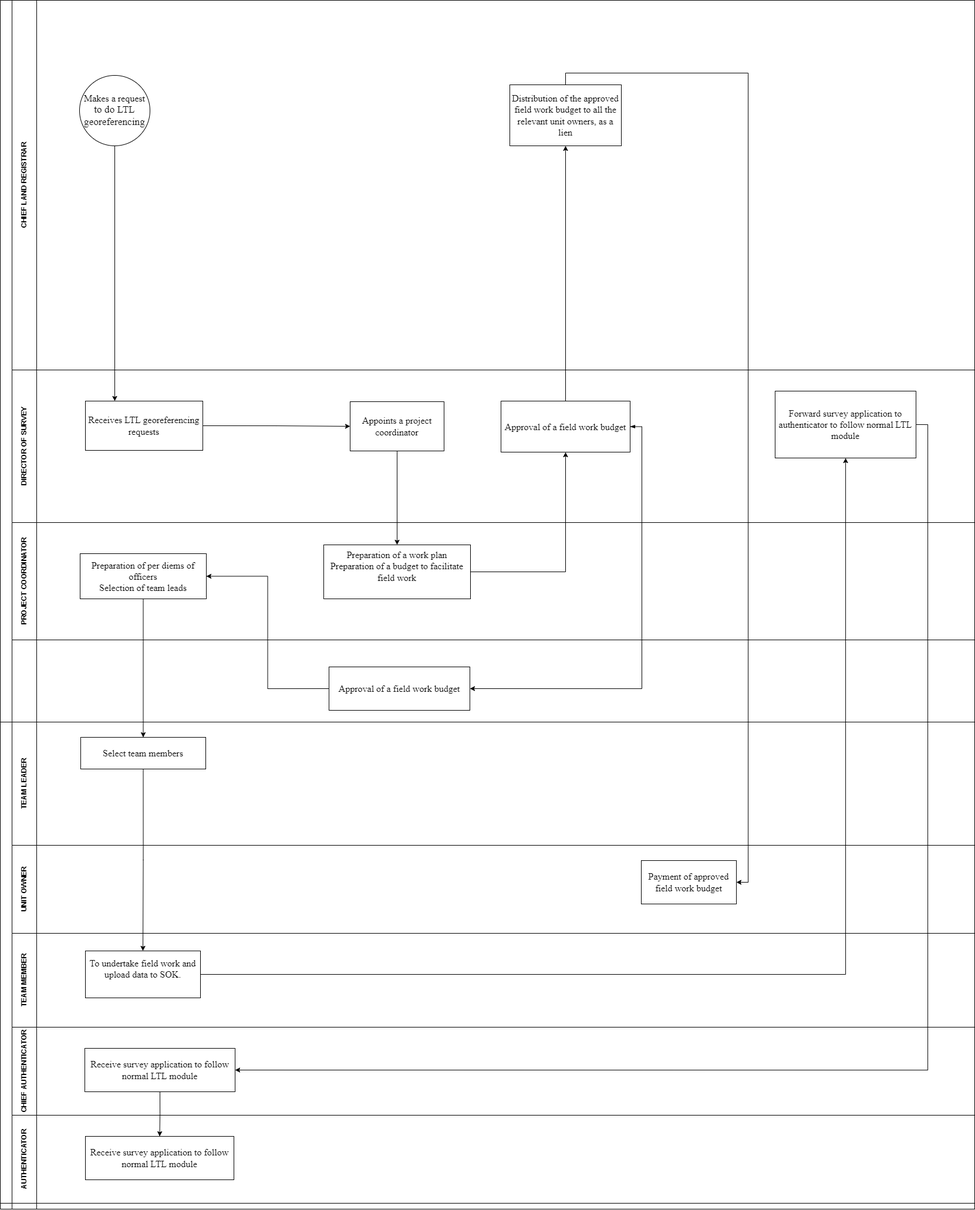
The draw.io diagram Long-Term Lease After Georeferencing.drawio.png in geoprojectke/BPMN, before a commit. Source tidied: cells renumbered, new cells last; positions are measured from the earlier drawing's top-left corner, leaving out a move shared by most shapes.
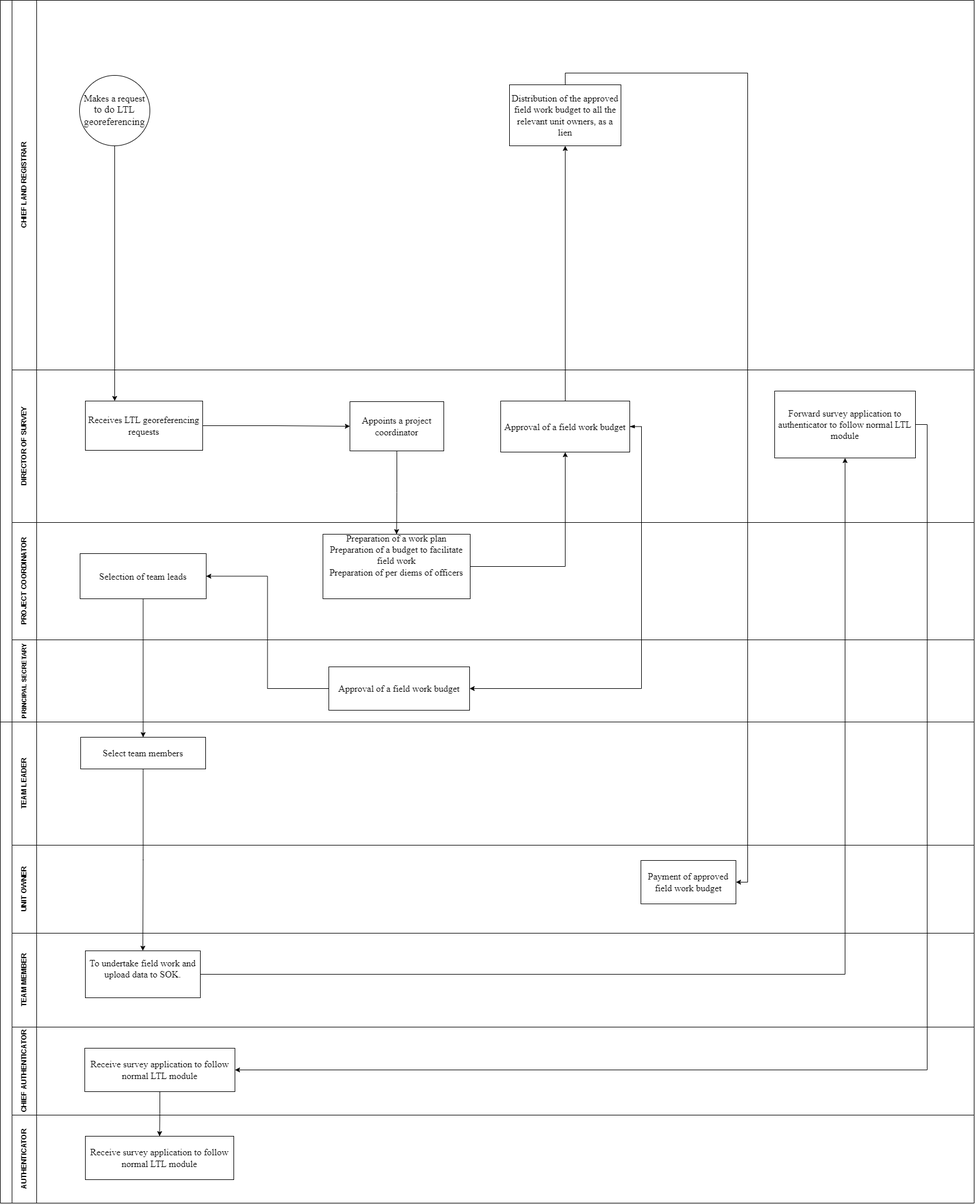
Later version of the same file.

Diff of the diagram source:
```diff
@@ -3,7 +3,7 @@
     <mxCell id="0" />
     <mxCell id="1" parent="0" />
     <mxCell id="2" style="swimlane;html=1;horizontal=0;startSize=20;whiteSpace=wrap;" parent="1" vertex="1">
-      <mxGeometry width="1660" height="2060" as="geometry" />
+      <mxGeometry width="1660" height="1230" as="geometry" />
     </mxCell>
     <mxCell id="3" value="CHIEF LAND REGISTRAR" style="swimlane;html=1;startSize=42;horizontal=0;align=center;" parent="2" vertex="1">
       <mxGeometry x="20" width="1640" height="630" as="geometry" />
@@ -35,14 +35,14 @@
     <mxCell id="12" value="PROJECT COORDINATOR" style="swimlane;html=1;startSize=42;horizontal=0;" parent="2" vertex="1">
       <mxGeometry x="20" y="890" width="1640" height="200" as="geometry" />
     </mxCell>
-    <mxCell id="13" value="&lt;span id=&quot;docs-internal-guid-ff2dc45b-7fff-f5e9-dfa7-5d578d36083d&quot;&gt;&lt;p style=&quot;line-height: 1.2; margin-top: 0pt; margin-bottom: 0pt;&quot; dir=&quot;ltr&quot;&gt;&lt;span style=&quot;background-color: transparent; font-family: Times, serif; font-size: 12pt; white-space-collapse: preserve;&quot;&gt;Preparation of a work plan&lt;/span&gt;&lt;br&gt;&lt;/p&gt;&lt;p style=&quot;line-height:1.2;margin-top:0pt;margin-bottom:0pt;&quot; dir=&quot;ltr&quot;&gt;&lt;span style=&quot;font-size: 12pt; font-family: Times, serif; background-color: transparent; font-variant-numeric: normal; font-variant-east-asian: normal; font-variant-alternates: normal; font-variant-position: normal; vertical-align: baseline; white-space-collapse: preserve;&quot;&gt;Preparation of a budget to facilitate field work&lt;/span&gt;&lt;/p&gt;&lt;div&gt;&lt;span style=&quot;font-size: 12pt; font-family: Times, serif; background-color: transparent; font-variant-numeric: normal; font-variant-east-asian: normal; font-variant-alternates: normal; font-variant-position: normal; vertical-align: baseline; white-space-collapse: preserve;&quot;&gt;&lt;br&gt;&lt;/span&gt;&lt;/div&gt;&lt;/span&gt;" style="rounded=0;whiteSpace=wrap;html=1;" parent="12" vertex="1">
-      <mxGeometry x="531" y="38" width="250" height="92" as="geometry" />
+    <mxCell id="13" value="&lt;span id=&quot;docs-internal-guid-ff2dc45b-7fff-f5e9-dfa7-5d578d36083d&quot;&gt;&lt;p style=&quot;line-height: 1.2; margin-top: 0pt; margin-bottom: 0pt;&quot; dir=&quot;ltr&quot;&gt;&lt;span style=&quot;background-color: transparent; font-family: Times, serif; font-size: 12pt; white-space-collapse: preserve;&quot;&gt;Preparation of a work plan&lt;/span&gt;&lt;br&gt;&lt;/p&gt;&lt;p style=&quot;line-height:1.2;margin-top:0pt;margin-bottom:0pt;&quot; dir=&quot;ltr&quot;&gt;&lt;span style=&quot;font-size: 12pt; font-family: Times, serif; background-color: transparent; font-variant-numeric: normal; font-variant-east-asian: normal; font-variant-alternates: normal; font-variant-position: normal; vertical-align: baseline; white-space-collapse: preserve;&quot;&gt;Preparation of a budget to facilitate field work&lt;/span&gt;&lt;/p&gt;&lt;p style=&quot;line-height:1.2;margin-top:0pt;margin-bottom:0pt;&quot; dir=&quot;ltr&quot;&gt;&lt;span style=&quot;font-size: 12pt; font-family: Times, serif; background-color: transparent; font-variant-numeric: normal; font-variant-east-asian: normal; font-variant-alternates: normal; font-variant-position: normal; vertical-align: baseline; white-space-collapse: preserve;&quot;&gt;&lt;/span&gt;&lt;/p&gt;&lt;p style=&quot;line-height: 1.2; margin-top: 0pt; margin-bottom: 0pt;&quot; dir=&quot;ltr&quot;&gt;&lt;span style=&quot;font-family: Times, serif; font-size: 16px; white-space-collapse: preserve; background-color: initial;&quot;&gt;Preparation of per diems of officers&lt;/span&gt;&lt;/p&gt;&lt;div&gt;&lt;span style=&quot;font-family: Times, serif; font-size: 16px; white-space-collapse: preserve; background-color: initial;&quot;&gt;&lt;br&gt;&lt;/span&gt;&lt;/div&gt;&lt;div&gt;&lt;span style=&quot;font-size: 12pt; font-family: Times, serif; background-color: transparent; font-variant-numeric: normal; font-variant-east-asian: normal; font-variant-alternates: normal; font-variant-position: normal; vertical-align: baseline; white-space-collapse: preserve;&quot;&gt;&lt;br&gt;&lt;/span&gt;&lt;/div&gt;&lt;/span&gt;" style="rounded=0;whiteSpace=wrap;html=1;" parent="12" vertex="1">
+      <mxGeometry x="530" y="20" width="251" height="110" as="geometry" />
     </mxCell>
-    <mxCell id="14" value="&lt;p style=&quot;line-height: 1.2; margin-top: 0pt; margin-bottom: 0pt;&quot; dir=&quot;ltr&quot;&gt;&lt;span style=&quot;font-family: Times, serif; font-size: 16px; white-space-collapse: preserve; background-color: initial;&quot;&gt;Preparation of per diems of officers&lt;/span&gt;&lt;/p&gt;&lt;p style=&quot;line-height: 1.2; margin-top: 0pt; margin-bottom: 0pt;&quot; dir=&quot;ltr&quot;&gt;&lt;span style=&quot;font-family: Times, serif; font-size: 16px; white-space-collapse: preserve;&quot;&gt;Selection of team leads&lt;/span&gt;&lt;br&gt;&lt;/p&gt;" style="rounded=0;whiteSpace=wrap;html=1;" parent="12" vertex="1">
+    <mxCell id="14" value="&lt;p style=&quot;line-height: 1.2; margin-top: 0pt; margin-bottom: 0pt;&quot; dir=&quot;ltr&quot;&gt;&lt;span style=&quot;font-family: Times, serif; font-size: 16px; white-space-collapse: preserve; background-color: initial;&quot;&gt;Selection of team leads&lt;/span&gt;&lt;br&gt;&lt;/p&gt;" style="rounded=0;whiteSpace=wrap;html=1;" parent="12" vertex="1">
       <mxGeometry x="116" y="53" width="215" height="77" as="geometry" />
     </mxCell>
-    <mxCell id="15" value="PRINCIPLE SECRITARY" style="swimlane;html=1;startSize=42;horizontal=0;" parent="2" vertex="1">
-      <mxGeometry x="20" y="1090" width="1640" height="970" as="geometry" />
+    <mxCell id="15" value="&lt;font style=&quot;font-size: 11px;&quot;&gt;PRINCIPAL SECRETARY&lt;/font&gt;" style="swimlane;html=1;startSize=42;horizontal=0;" parent="2" vertex="1">
+      <mxGeometry x="20" y="1090" width="1640" height="140" as="geometry" />
     </mxCell>
     <mxCell id="16" value="&lt;span id=&quot;docs-internal-guid-82b59db1-7fff-17c6-2720-7fcfe648c0cc&quot;&gt;&lt;span style=&quot;font-size: 12pt; font-family: Times, serif; background-color: transparent; font-variant-numeric: normal; font-variant-east-asian: normal; font-variant-alternates: normal; font-variant-position: normal; vertical-align: baseline; white-space-collapse: preserve;&quot;&gt;Approval of a field work budget&lt;/span&gt;&lt;/span&gt;" style="rounded=0;whiteSpace=wrap;html=1;" parent="15" vertex="1">
       <mxGeometry x="540" y="46" width="240" height="74" as="geometry" />
```
